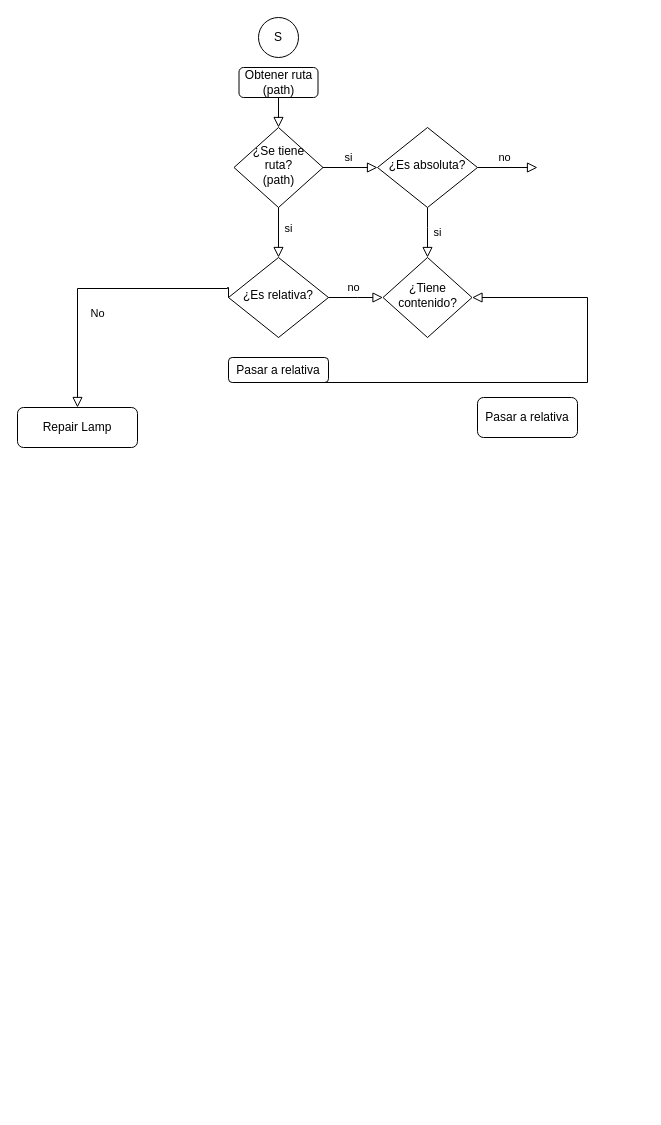
This is diagramaDeFlujo.drawio from NellyNa27/DEV007-md-links, a draw.io file, before an edit. Source tidied: cells renumbered, new cells numbered last; positions are measured from the earlier drawing's top-left corner, leaving out a move shared by most shapes. Both pictures are drawn from the tidied source at 100%, with x=0, y=0 at pixel (17, 17).
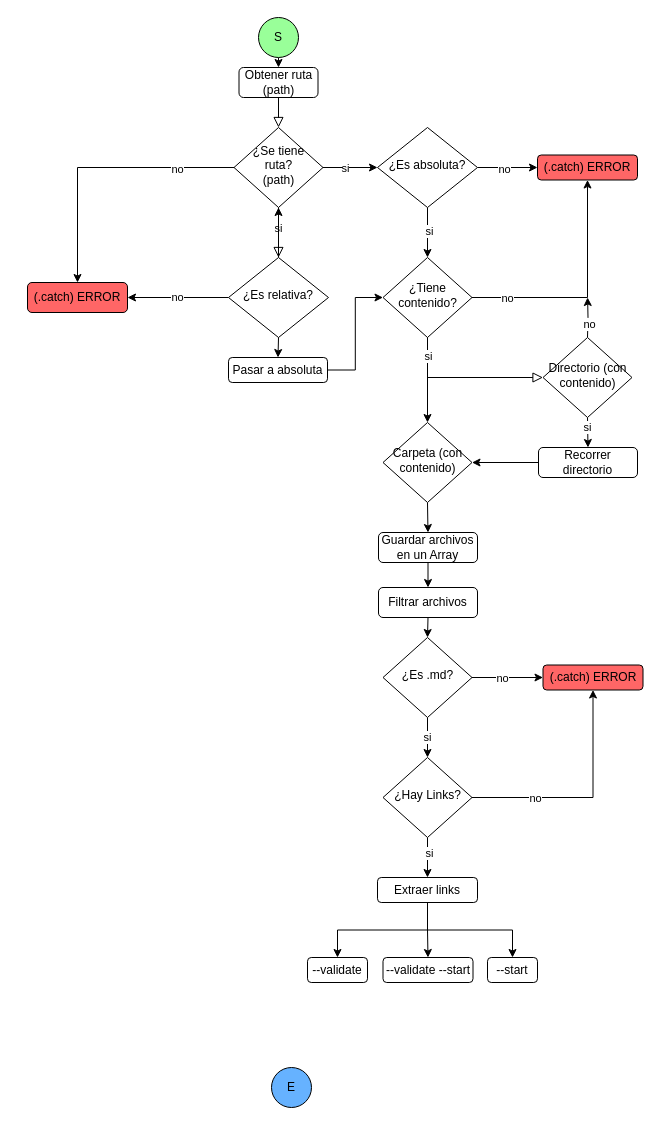
The same diagram, later.

Unchanged cells that the change refers to:
```xml
<mxCell id="3" value="Obtener ruta&lt;br&gt;(path)" style="rounded=1;whiteSpace=wrap;html=1;fontSize=12;glass=0;strokeWidth=1;shadow=0;" parent="1" vertex="1">
  <mxGeometry x="221.5" y="50" width="79" height="30" as="geometry" />
</mxCell>
<mxCell id="5" value="¿Se tiene ruta?&lt;br&gt;(path)" style="rhombus;whiteSpace=wrap;html=1;shadow=0;fontFamily=Helvetica;fontSize=12;align=center;strokeWidth=1;spacing=6;spacingTop=-4;" parent="1" vertex="1">
  <mxGeometry x="216.5" y="110" width="89" height="80" as="geometry" />
</mxCell>
<mxCell id="8" value="¿Es absoluta?" style="rhombus;whiteSpace=wrap;html=1;shadow=0;fontFamily=Helvetica;fontSize=12;align=center;strokeWidth=1;spacing=6;spacingTop=-4;" parent="1" vertex="1">
  <mxGeometry x="360" y="110" width="100" height="80" as="geometry" />
</mxCell>
<mxCell id="14" value="¿Tiene contenido?" style="rhombus;whiteSpace=wrap;html=1;shadow=0;fontFamily=Helvetica;fontSize=12;align=center;strokeWidth=1;spacing=6;spacingTop=-4;" parent="1" vertex="1">
  <mxGeometry x="365.5" y="240" width="89" height="80" as="geometry" />
</mxCell>
<mxCell id="17" style="edgeStyle=orthogonalEdgeStyle;rounded=0;html=1;jettySize=auto;fontSize=11;endArrow=block;endFill=0;endSize=8;strokeWidth=1;shadow=0;labelBackgroundColor=none;exitX=0.5;exitY=1;exitDx=0;exitDy=0;" parent="1" edge="1" source="5" target="19">
  <mxGeometry y="10" relative="1" as="geometry" />
</mxCell>
<mxCell id="19" value="¿Es relativa?" style="rhombus;whiteSpace=wrap;html=1;shadow=0;fontFamily=Helvetica;fontSize=12;align=center;strokeWidth=1;spacing=6;spacingTop=-4;" parent="1" vertex="1">
  <mxGeometry x="211" y="240" width="100" height="80" as="geometry" />
</mxCell>
```

Diff of the diagram source:
```diff
@@
-    <mxCell id="4" value="si" style="rounded=0;html=1;jettySize=auto;fontSize=11;endArrow=block;endFill=0;endSize=8;strokeWidth=1;shadow=0;labelBackgroundColor=none;edgeStyle=orthogonalEdgeStyle;exitX=1;exitY=0.5;exitDx=0;exitDy=0;" parent="1" edge="1" source="5" target="8">
-      <mxGeometry x="-0.1" y="10" relative="1" as="geometry">
-        <Array as="points">
-          <mxPoint x="350" y="150" />
-          <mxPoint x="350" y="150" />
-        </Array>
-      </mxGeometry>
+    <mxCell id="4" style="edgeStyle=orthogonalEdgeStyle;rounded=0;jettySize=auto;html=1;exitX=1;exitY=0.5;exitDx=0;exitDy=0;entryX=0;entryY=0.5;entryDx=0;entryDy=0;" parent="1" edge="1" source="5" target="8">
+      <mxGeometry relative="1" as="geometry" />
     </mxCell>
+    <mxCell id="21" value="si" style="edgeLabel;html=1;align=center;verticalAlign=middle;" parent="4" vertex="1">
+      <mxGeometry x="-0.19" relative="1" as="geometry" />
+    </mxCell>
+    <mxCell id="22" style="edgeStyle=orthogonalEdgeStyle;rounded=0;jettySize=auto;html=1;exitX=0;exitY=0.5;exitDx=0;exitDy=0;entryX=0.5;entryY=0;entryDx=0;entryDy=0;" parent="1" edge="1" source="5" target="69">
+      <mxGeometry relative="1" as="geometry" />
+    </mxCell>
+    <mxCell id="23" value="no" style="edgeLabel;html=1;align=center;verticalAlign=middle;" parent="22" vertex="1">
+      <mxGeometry x="-0.58" y="1" relative="1" as="geometry" />
+    </mxCell>
@@
-    <mxCell id="6" value="No" style="rounded=0;html=1;jettySize=auto;fontSize=11;endArrow=block;endFill=0;endSize=8;strokeWidth=1;shadow=0;labelBackgroundColor=none;edgeStyle=orthogonalEdgeStyle;exitX=0;exitY=0.5;exitDx=0;exitDy=0;" parent="1" edge="1" source="19" target="9">
-      <mxGeometry x="0.33" y="20" relative="1" as="geometry">
-        <Array as="points">
-          <mxPoint x="211" y="270" />
-          <mxPoint x="210" y="270" />
-          <mxPoint x="210" y="271" />
-          <mxPoint x="60" y="271" />
-        </Array>
-      </mxGeometry>
-    </mxCell>
-    <mxCell id="7" value="si" style="edgeStyle=orthogonalEdgeStyle;rounded=0;html=1;jettySize=auto;fontSize=11;endArrow=block;endFill=0;endSize=8;strokeWidth=1;shadow=0;labelBackgroundColor=none;exitX=0.5;exitY=1;exitDx=0;exitDy=0;" parent="1" edge="1" source="8">
-      <mxGeometry y="10" relative="1" as="geometry">
-        <mxPoint x="410" y="240" as="targetPoint" />
-        <Array as="points">
-          <mxPoint x="410" y="210" />
-          <mxPoint x="410" y="210" />
-        </Array>
-      </mxGeometry>
-    </mxCell>
+    <mxCell id="24" style="edgeStyle=orthogonalEdgeStyle;rounded=0;jettySize=auto;html=1;exitX=1;exitY=0.5;exitDx=0;exitDy=0;entryX=0;entryY=0.5;entryDx=0;entryDy=0;" parent="1" edge="1" source="8" target="38">
+      <mxGeometry relative="1" as="geometry" />
+    </mxCell>
+    <mxCell id="25" value="no" style="edgeLabel;html=1;align=center;verticalAlign=middle;" parent="24" vertex="1">
+      <mxGeometry x="-0.15" y="-1" relative="1" as="geometry" />
+    </mxCell>
+    <mxCell id="26" style="edgeStyle=orthogonalEdgeStyle;rounded=0;jettySize=auto;html=1;exitX=0.5;exitY=1;exitDx=0;exitDy=0;entryX=0.5;entryY=0;entryDx=0;entryDy=0;" parent="1" edge="1" source="8" target="14">
+      <mxGeometry relative="1" as="geometry" />
+    </mxCell>
+    <mxCell id="27" value="si" style="edgeLabel;html=1;align=center;verticalAlign=middle;" parent="26" vertex="1">
+      <mxGeometry x="-0.07" y="1" relative="1" as="geometry" />
+    </mxCell>
@@
-    <mxCell id="9" value="Repair Lamp" style="rounded=1;whiteSpace=wrap;html=1;fontSize=12;glass=0;strokeWidth=1;shadow=0;" parent="1" vertex="1">
-      <mxGeometry y="390" width="120" height="40" as="geometry" />
-    </mxCell>
+    <mxCell id="28" style="edgeStyle=orthogonalEdgeStyle;rounded=0;jettySize=auto;html=1;exitX=0.5;exitY=1;exitDx=0;exitDy=0;entryX=0.5;entryY=0;entryDx=0;entryDy=0;" parent="1" edge="1" source="10" target="3">
+      <mxGeometry relative="1" as="geometry" />
+    </mxCell>
-    <mxCell id="10" value="S" style="ellipse;whiteSpace=wrap;html=1;" parent="1" vertex="1">
+    <mxCell id="10" value="S" style="ellipse;whiteSpace=wrap;html=1;fillColor=#99FF99;" parent="1" vertex="1">
       <mxGeometry x="241" width="40" height="40" as="geometry" />
     </mxCell>
-    <mxCell id="11" value="no" style="rounded=0;html=1;jettySize=auto;fontSize=11;endArrow=block;endFill=0;endSize=8;strokeWidth=1;shadow=0;labelBackgroundColor=none;edgeStyle=orthogonalEdgeStyle;exitX=1;exitY=0.5;exitDx=0;exitDy=0;" parent="1" edge="1" source="8">
-      <mxGeometry x="-0.1" y="10" relative="1" as="geometry">
-        <mxPoint x="520" y="150" as="targetPoint" />
-        <Array as="points">
-          <mxPoint x="510" y="150" />
-        </Array>
-      </mxGeometry>
-    </mxCell>
+    <mxCell id="29" style="edgeStyle=orthogonalEdgeStyle;rounded=0;jettySize=auto;html=1;entryX=0.5;entryY=0;entryDx=0;entryDy=0;exitX=0.5;exitY=1;exitDx=0;exitDy=0;" parent="1" edge="1" source="19" target="12">
+      <mxGeometry relative="1" as="geometry" />
+    </mxCell>
+    <mxCell id="15" style="edgeStyle=orthogonalEdgeStyle;rounded=0;jettySize=auto;html=1;entryX=0;entryY=0.5;entryDx=0;entryDy=0;" parent="1" edge="1" source="12" target="14">
+      <mxGeometry relative="1" as="geometry" />
+    </mxCell>
-    <mxCell id="12" value="Pasar a relativa" style="rounded=1;whiteSpace=wrap;html=1;" parent="1" vertex="1">
-      <mxGeometry x="211" y="340" width="100" height="25" as="geometry" />
+    <mxCell id="12" value="Pasar a absoluta" style="rounded=1;whiteSpace=wrap;html=1;" parent="1" vertex="1">
+      <mxGeometry x="211" y="340" width="99" height="25" as="geometry" />
     </mxCell>
-    <mxCell id="13" value="Pasar a relativa" style="rounded=1;whiteSpace=wrap;html=1;" parent="1" vertex="1">
-      <mxGeometry x="460" y="380" width="100" height="40" as="geometry" />
-    </mxCell>
+    <mxCell id="30" style="edgeStyle=orthogonalEdgeStyle;rounded=0;orthogonalLoop=1;jettySize=auto;html=1;exitX=0.5;exitY=0;exitDx=0;exitDy=0;" parent="1" edge="1">
+      <mxGeometry relative="1" as="geometry">
+        <mxPoint x="570" y="320" as="sourcePoint" />
+        <mxPoint x="570.1" y="280" as="targetPoint" />
+      </mxGeometry>
+    </mxCell>
+    <mxCell id="31" value="no" style="edgeLabel;html=1;align=center;verticalAlign=middle;" parent="30" vertex="1">
+      <mxGeometry x="-0.31" y="-1" relative="1" as="geometry" />
+    </mxCell>
+    <mxCell id="32" style="edgeStyle=orthogonalEdgeStyle;rounded=0;jettySize=auto;html=1;exitX=1;exitY=0.5;exitDx=0;exitDy=0;entryX=0.5;entryY=1;entryDx=0;entryDy=0;" parent="1" edge="1" source="14" target="38">
+      <mxGeometry relative="1" as="geometry" />
+    </mxCell>
+    <mxCell id="33" value="no" style="edgeLabel;html=1;align=center;verticalAlign=middle;" parent="32" vertex="1">
+      <mxGeometry x="-0.39" y="1" relative="1" as="geometry">
+        <mxPoint x="-36" y="1" as="offset" />
+      </mxGeometry>
+    </mxCell>
+    <mxCell id="34" style="edgeStyle=orthogonalEdgeStyle;rounded=0;jettySize=auto;html=1;exitX=0.5;exitY=1;exitDx=0;exitDy=0;entryX=0.5;entryY=0;entryDx=0;entryDy=0;" parent="1" edge="1" source="14" target="44">
+      <mxGeometry relative="1" as="geometry" />
+    </mxCell>
@@
-    <mxCell id="15" style="edgeStyle=orthogonalEdgeStyle;rounded=0;html=1;jettySize=auto;fontSize=11;endArrow=block;endFill=0;endSize=8;strokeWidth=1;shadow=0;labelBackgroundColor=none;exitX=0.5;exitY=1;exitDx=0;exitDy=0;entryX=1;entryY=0.5;entryDx=0;entryDy=0;" parent="1" edge="1" source="12" target="14">
-      <mxGeometry y="10" relative="1" as="geometry">
-        <Array as="points">
-          <mxPoint x="570" y="280" />
-        </Array>
-      </mxGeometry>
-    </mxCell>
@@
-    <mxCell id="18" value="si" style="edgeLabel;html=1;align=center;verticalAlign=middle;" parent="17" vertex="1">
-      <mxGeometry x="-0.22" y="1" relative="1" as="geometry">
-        <mxPoint x="8" as="offset" />
-      </mxGeometry>
-    </mxCell>
+    <mxCell id="35" value="si" style="edgeLabel;html=1;align=center;verticalAlign=middle;" parent="17" vertex="1">
+      <mxGeometry x="-0.19" y="-1" relative="1" as="geometry" />
+    </mxCell>
+    <mxCell id="36" value="no" style="edgeStyle=orthogonalEdgeStyle;rounded=0;jettySize=auto;html=1;exitX=0;exitY=0.5;exitDx=0;exitDy=0;entryX=1;entryY=0.5;entryDx=0;entryDy=0;" parent="1" edge="1" source="19" target="69">
+      <mxGeometry relative="1" as="geometry" />
+    </mxCell>
+    <mxCell id="37" style="edgeStyle=orthogonalEdgeStyle;rounded=0;jettySize=auto;html=1;" parent="1" edge="1" source="19" target="5">
+      <mxGeometry relative="1" as="geometry" />
+    </mxCell>
@@
-    <mxCell id="20" value="no" style="rounded=0;html=1;jettySize=auto;fontSize=11;endArrow=block;endFill=0;endSize=8;strokeWidth=1;shadow=0;labelBackgroundColor=none;edgeStyle=orthogonalEdgeStyle;exitX=1;exitY=0.5;exitDx=0;exitDy=0;entryX=0;entryY=0.5;entryDx=0;entryDy=0;" parent="1" edge="1" source="19" target="14">
-      <mxGeometry x="-0.1" y="10" relative="1" as="geometry">
-        <Array as="points">
-          <mxPoint x="340" y="280" />
-          <mxPoint x="340" y="280" />
-        </Array>
-      </mxGeometry>
-    </mxCell>
+    <mxCell id="38" value="(.catch) ERROR" style="rounded=1;whiteSpace=wrap;html=1;fillColor=#FF6666;" parent="1" vertex="1">
+      <mxGeometry x="520" y="137.5" width="100" height="25" as="geometry" />
+    </mxCell>
+    <mxCell id="39" style="edgeStyle=orthogonalEdgeStyle;rounded=0;html=1;jettySize=auto;fontSize=11;endArrow=block;endFill=0;endSize=8;strokeWidth=1;shadow=0;labelBackgroundColor=none;exitX=0.5;exitY=1;exitDx=0;exitDy=0;entryX=0;entryY=0.5;entryDx=0;entryDy=0;" parent="1" edge="1" source="14" target="42">
+      <mxGeometry y="10" relative="1" as="geometry">
+        <Array as="points">
+          <mxPoint x="410" y="360" />
+        </Array>
+      </mxGeometry>
+    </mxCell>
+    <mxCell id="40" value="si" style="edgeLabel;html=1;align=center;verticalAlign=middle;" parent="39" vertex="1">
+      <mxGeometry x="-0.77" relative="1" as="geometry" />
+    </mxCell>
+    <mxCell id="41" value="si" style="edgeStyle=orthogonalEdgeStyle;rounded=0;jettySize=auto;html=1;exitX=0.5;exitY=1;exitDx=0;exitDy=0;entryX=0.5;entryY=0;entryDx=0;entryDy=0;" parent="1" edge="1" source="42" target="46">
+      <mxGeometry x="-0.31" relative="1" as="geometry" />
+    </mxCell>
+    <mxCell id="42" value="Directorio (con contenido)" style="rhombus;whiteSpace=wrap;html=1;shadow=0;fontFamily=Helvetica;fontSize=12;align=center;strokeWidth=1;spacing=6;spacingTop=-4;" parent="1" vertex="1">
+      <mxGeometry x="525.5" y="320" width="89" height="80" as="geometry" />
+    </mxCell>
+    <mxCell id="43" style="edgeStyle=orthogonalEdgeStyle;rounded=0;jettySize=auto;html=1;exitX=0.5;exitY=1;exitDx=0;exitDy=0;entryX=0.5;entryY=0;entryDx=0;entryDy=0;" parent="1" edge="1" source="44" target="48">
+      <mxGeometry relative="1" as="geometry" />
+    </mxCell>
+    <mxCell id="44" value="Carpeta (con contenido)" style="rhombus;whiteSpace=wrap;html=1;shadow=0;fontFamily=Helvetica;fontSize=12;align=center;strokeWidth=1;spacing=6;spacingTop=-4;" parent="1" vertex="1">
+      <mxGeometry x="365.5" y="405" width="89" height="80" as="geometry" />
+    </mxCell>
+    <mxCell id="45" style="edgeStyle=orthogonalEdgeStyle;rounded=0;jettySize=auto;html=1;exitX=0;exitY=0.5;exitDx=0;exitDy=0;entryX=1;entryY=0.5;entryDx=0;entryDy=0;" parent="1" edge="1" source="46" target="44">
+      <mxGeometry relative="1" as="geometry" />
+    </mxCell>
+    <mxCell id="46" value="Recorrer directorio" style="rounded=1;whiteSpace=wrap;html=1;" parent="1" vertex="1">
+      <mxGeometry x="521" y="430" width="99" height="30" as="geometry" />
+    </mxCell>
+    <mxCell id="47" style="edgeStyle=orthogonalEdgeStyle;rounded=0;jettySize=auto;html=1;exitX=0.5;exitY=1;exitDx=0;exitDy=0;entryX=0.5;entryY=0;entryDx=0;entryDy=0;" parent="1" edge="1" source="48" target="50">
+      <mxGeometry relative="1" as="geometry" />
+    </mxCell>
+    <mxCell id="48" value="Guardar archivos en un Array" style="rounded=1;whiteSpace=wrap;html=1;" parent="1" vertex="1">
+      <mxGeometry x="361" y="515" width="99" height="30" as="geometry" />
+    </mxCell>
+    <mxCell id="49" style="edgeStyle=orthogonalEdgeStyle;rounded=0;jettySize=auto;html=1;exitX=0.5;exitY=1;exitDx=0;exitDy=0;entryX=0.5;entryY=0;entryDx=0;entryDy=0;" parent="1" edge="1" source="50" target="55">
+      <mxGeometry relative="1" as="geometry" />
+    </mxCell>
+    <mxCell id="50" value="Filtrar archivos" style="rounded=1;whiteSpace=wrap;html=1;" parent="1" vertex="1">
+      <mxGeometry x="361" y="570" width="99" height="30" as="geometry" />
+    </mxCell>
+    <mxCell id="51" style="edgeStyle=orthogonalEdgeStyle;rounded=0;jettySize=auto;html=1;exitX=1;exitY=0.5;exitDx=0;exitDy=0;entryX=0;entryY=0.5;entryDx=0;entryDy=0;" parent="1" edge="1" source="55" target="56">
+      <mxGeometry relative="1" as="geometry" />
+    </mxCell>
+    <mxCell id="52" value="no" style="edgeLabel;html=1;align=center;verticalAlign=middle;" parent="51" vertex="1">
+      <mxGeometry x="-0.16" relative="1" as="geometry" />
+    </mxCell>
+    <mxCell id="53" style="edgeStyle=orthogonalEdgeStyle;rounded=0;jettySize=auto;html=1;exitX=0.5;exitY=1;exitDx=0;exitDy=0;entryX=0.5;entryY=0;entryDx=0;entryDy=0;" parent="1" edge="1" source="55" target="61">
+      <mxGeometry relative="1" as="geometry" />
+    </mxCell>
+    <mxCell id="54" value="si" style="edgeLabel;html=1;align=center;verticalAlign=middle;" parent="53" vertex="1">
+      <mxGeometry x="-0.06" y="-1" relative="1" as="geometry" />
+    </mxCell>
+    <mxCell id="55" value="¿Es .md?" style="rhombus;whiteSpace=wrap;html=1;shadow=0;fontFamily=Helvetica;fontSize=12;align=center;strokeWidth=1;spacing=6;spacingTop=-4;" parent="1" vertex="1">
+      <mxGeometry x="365.5" y="620" width="89" height="80" as="geometry" />
+    </mxCell>
+    <mxCell id="56" value="(.catch) ERROR" style="rounded=1;whiteSpace=wrap;html=1;fillColor=#FF6666;" parent="1" vertex="1">
+      <mxGeometry x="525.5" y="647.5" width="100" height="25" as="geometry" />
+    </mxCell>
+    <mxCell id="57" style="edgeStyle=orthogonalEdgeStyle;rounded=0;jettySize=auto;html=1;exitX=1;exitY=0.5;exitDx=0;exitDy=0;entryX=0.5;entryY=1;entryDx=0;entryDy=0;" parent="1" edge="1" source="61" target="56">
+      <mxGeometry relative="1" as="geometry" />
+    </mxCell>
+    <mxCell id="58" value="no" style="edgeLabel;html=1;align=center;verticalAlign=middle;" parent="57" vertex="1">
+      <mxGeometry x="-0.45" relative="1" as="geometry" />
+    </mxCell>
+    <mxCell id="59" style="edgeStyle=orthogonalEdgeStyle;rounded=0;jettySize=auto;html=1;exitX=0.5;exitY=1;exitDx=0;exitDy=0;entryX=0.5;entryY=0;entryDx=0;entryDy=0;" parent="1" edge="1" source="61" target="65">
+      <mxGeometry relative="1" as="geometry" />
+    </mxCell>
+    <mxCell id="60" value="si" style="edgeLabel;html=1;align=center;verticalAlign=middle;" parent="59" vertex="1">
+      <mxGeometry x="-0.26" y="1" relative="1" as="geometry" />
+    </mxCell>
+    <mxCell id="61" value="¿Hay Links?" style="rhombus;whiteSpace=wrap;html=1;shadow=0;fontFamily=Helvetica;fontSize=12;align=center;strokeWidth=1;spacing=6;spacingTop=-4;" parent="1" vertex="1">
+      <mxGeometry x="365.5" y="740" width="89" height="80" as="geometry" />
+    </mxCell>
+    <mxCell id="62" style="edgeStyle=orthogonalEdgeStyle;rounded=0;jettySize=auto;html=1;exitX=0.5;exitY=1;exitDx=0;exitDy=0;entryX=0.5;entryY=0;entryDx=0;entryDy=0;" parent="1" edge="1" source="65" target="66">
+      <mxGeometry relative="1" as="geometry" />
+    </mxCell>
+    <mxCell id="63" style="edgeStyle=orthogonalEdgeStyle;rounded=0;jettySize=auto;html=1;exitX=0.5;exitY=1;exitDx=0;exitDy=0;entryX=0.5;entryY=0;entryDx=0;entryDy=0;" parent="1" edge="1" source="65" target="67">
+      <mxGeometry relative="1" as="geometry" />
+    </mxCell>
+    <mxCell id="64" style="edgeStyle=orthogonalEdgeStyle;rounded=0;jettySize=auto;html=1;exitX=0.5;exitY=1;exitDx=0;exitDy=0;entryX=0.5;entryY=0;entryDx=0;entryDy=0;" parent="1" edge="1" source="65" target="68">
+      <mxGeometry relative="1" as="geometry" />
+    </mxCell>
+    <mxCell id="65" value="Extraer links" style="rounded=1;whiteSpace=wrap;html=1;" parent="1" vertex="1">
+      <mxGeometry x="360" y="860" width="100" height="25" as="geometry" />
+    </mxCell>
+    <mxCell id="66" value="--validate" style="rounded=1;whiteSpace=wrap;html=1;" parent="1" vertex="1">
+      <mxGeometry x="290" y="940" width="60" height="25" as="geometry" />
+    </mxCell>
+    <mxCell id="67" value="--validate --start" style="rounded=1;whiteSpace=wrap;html=1;" parent="1" vertex="1">
+      <mxGeometry x="365.5" y="940" width="90" height="25" as="geometry" />
+    </mxCell>
+    <mxCell id="68" value="--start" style="rounded=1;whiteSpace=wrap;html=1;" parent="1" vertex="1">
+      <mxGeometry x="470" y="940" width="50" height="25" as="geometry" />
+    </mxCell>
+    <mxCell id="69" value="(.catch) ERROR" style="rounded=1;whiteSpace=wrap;html=1;fillColor=#FF6666;" parent="1" vertex="1">
+      <mxGeometry x="10" y="265" width="100" height="30" as="geometry" />
+    </mxCell>
+    <mxCell id="70" value="E" style="ellipse;whiteSpace=wrap;html=1;fillColor=#66B2FF;" parent="1" vertex="1">
+      <mxGeometry x="254" y="1050" width="40" height="40" as="geometry" />
+    </mxCell>
```
